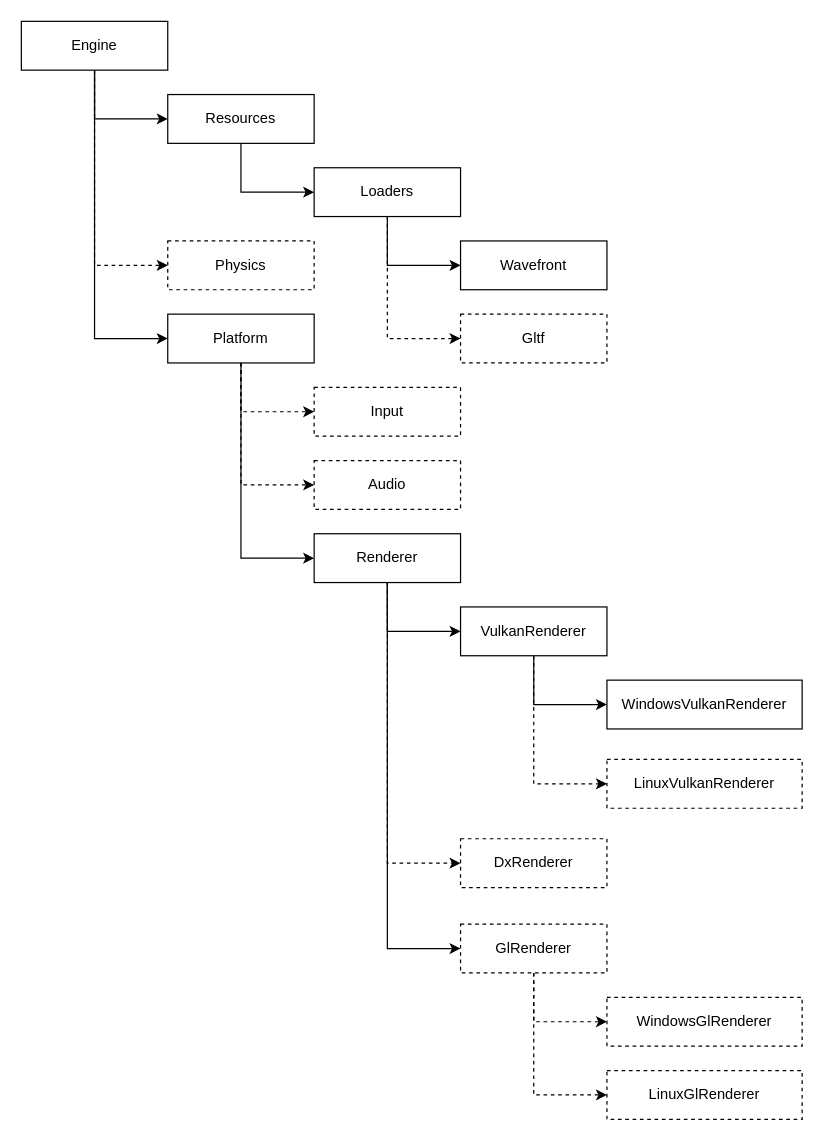
Above: page "Structure" (1 of 3) of age.drawio in HitalloExiled/Age (draw.io), before the change. Source tidied: cells renumbered, new cells numbered last; positions are measured from the earlier drawing's top-left corner, leaving out a move shared by most shapes. Both pictures are drawn from the tidied source at 122%, with x=0, y=0 at pixel (21, 21).
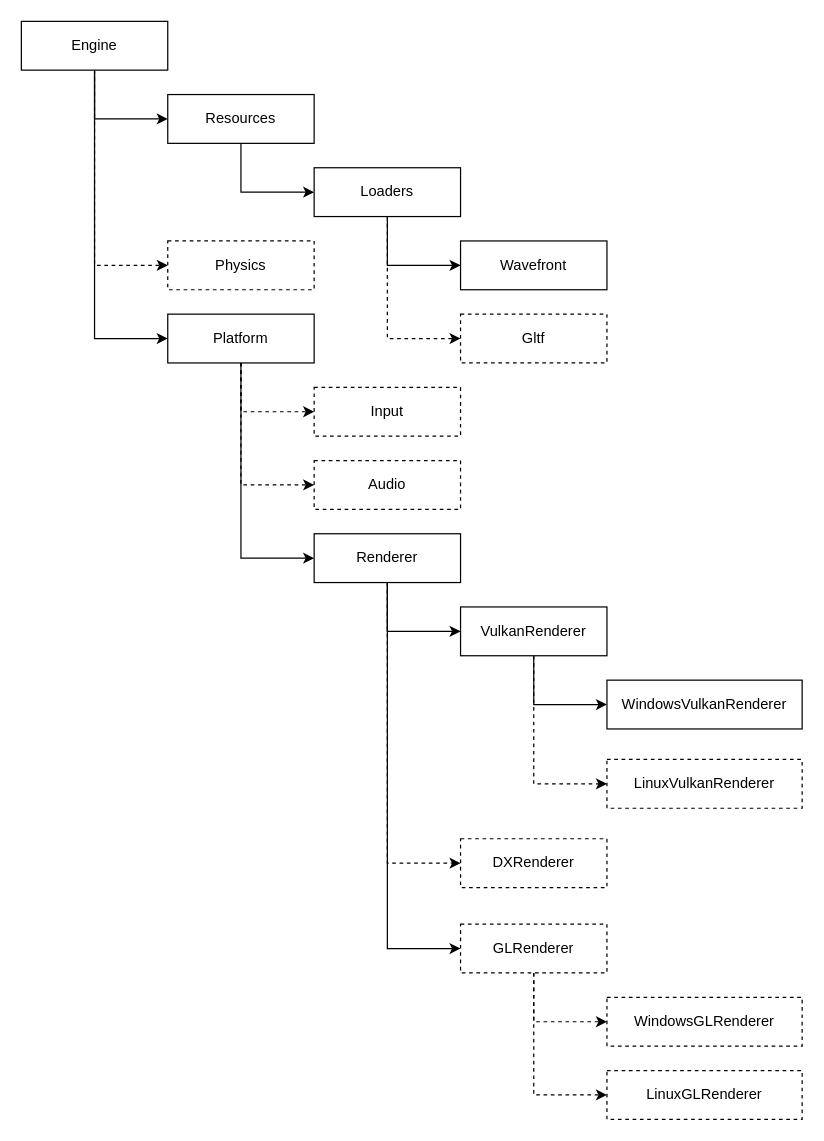
After the change.

What changed in the source:
```diff
@@
-    <mxCell id="16" value="DxRenderer" style="rounded=0;whiteSpace=wrap;html=1;dashed=1;" parent="1" vertex="1">
+    <mxCell id="16" value="DXRenderer" style="rounded=0;whiteSpace=wrap;html=1;dashed=1;" parent="1" vertex="1">
       <mxGeometry x="360" y="670" width="120" height="40" as="geometry" />
     </mxCell>
@@
-    <mxCell id="27" value="GlRenderer" style="rounded=0;whiteSpace=wrap;html=1;dashed=1;" parent="1" vertex="1">
+    <mxCell id="27" value="GLRenderer" style="rounded=0;whiteSpace=wrap;html=1;dashed=1;" parent="1" vertex="1">
       <mxGeometry x="360" y="740" width="120" height="40" as="geometry" />
     </mxCell>
-    <mxCell id="28" value="WindowsGlRenderer" style="whiteSpace=wrap;html=1;rounded=0;dashed=1;" parent="1" vertex="1">
+    <mxCell id="28" value="WindowsGLRenderer" style="whiteSpace=wrap;html=1;rounded=0;dashed=1;" parent="1" vertex="1">
       <mxGeometry x="480" y="800" width="160" height="40" as="geometry" />
     </mxCell>
-    <mxCell id="29" value="LinuxGlRenderer" style="whiteSpace=wrap;html=1;rounded=0;dashed=1;" parent="1" vertex="1">
+    <mxCell id="29" value="LinuxGLRenderer" style="whiteSpace=wrap;html=1;rounded=0;dashed=1;" parent="1" vertex="1">
       <mxGeometry x="480" y="860" width="160" height="40" as="geometry" />
     </mxCell>
```
